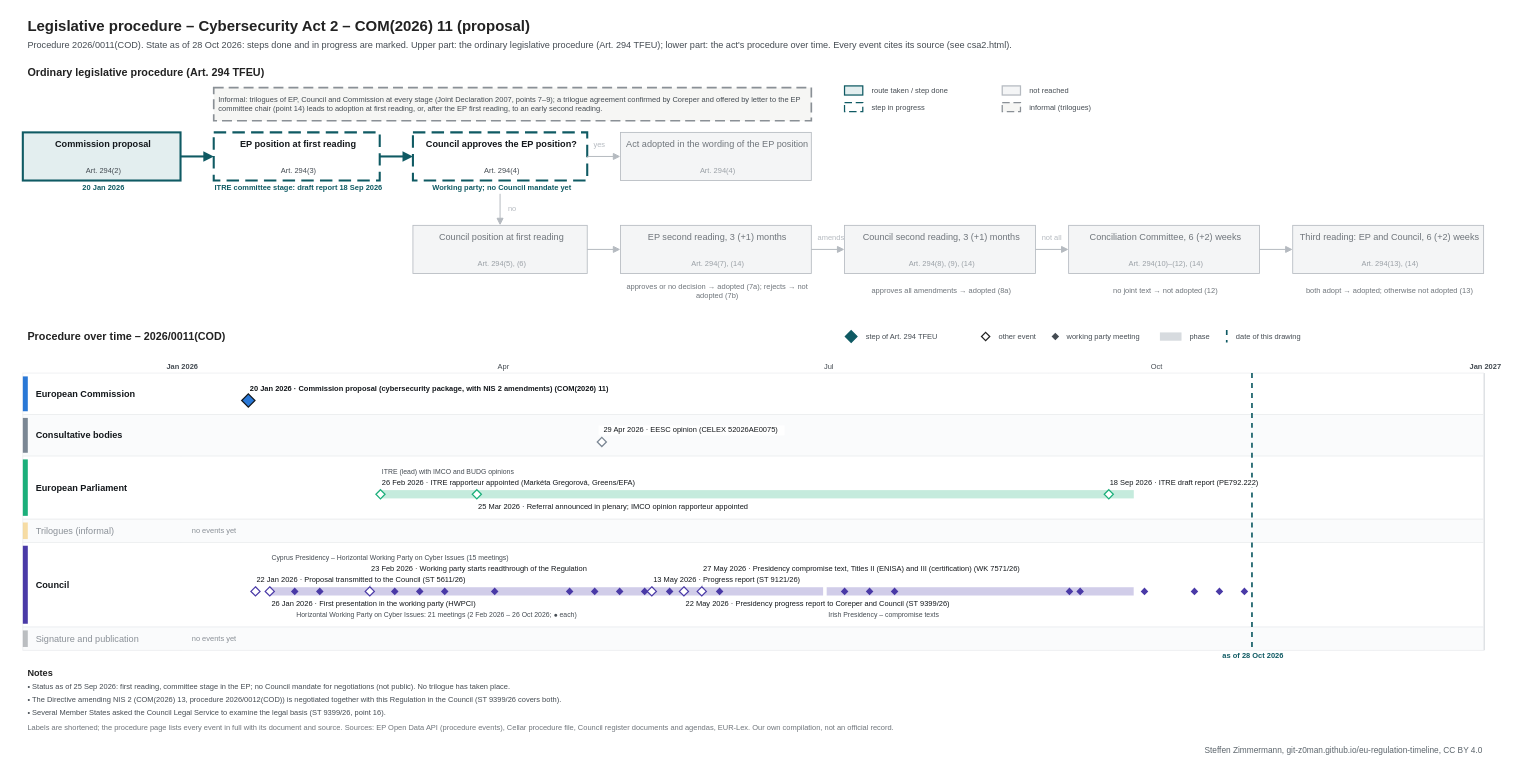
git-z0man/eu-regulation-timeline keeps this draw.io diagram as procedures/csa2.drawio. Above is the earlier version. Source tidied: cells renumbered, new cells numbered last; positions are measured from the earlier drawing's top-left corner, leaving out a move shared by most shapes. Both pictures are drawn from the tidied source at 83%, with x=0, y=0 at pixel (14, 14).
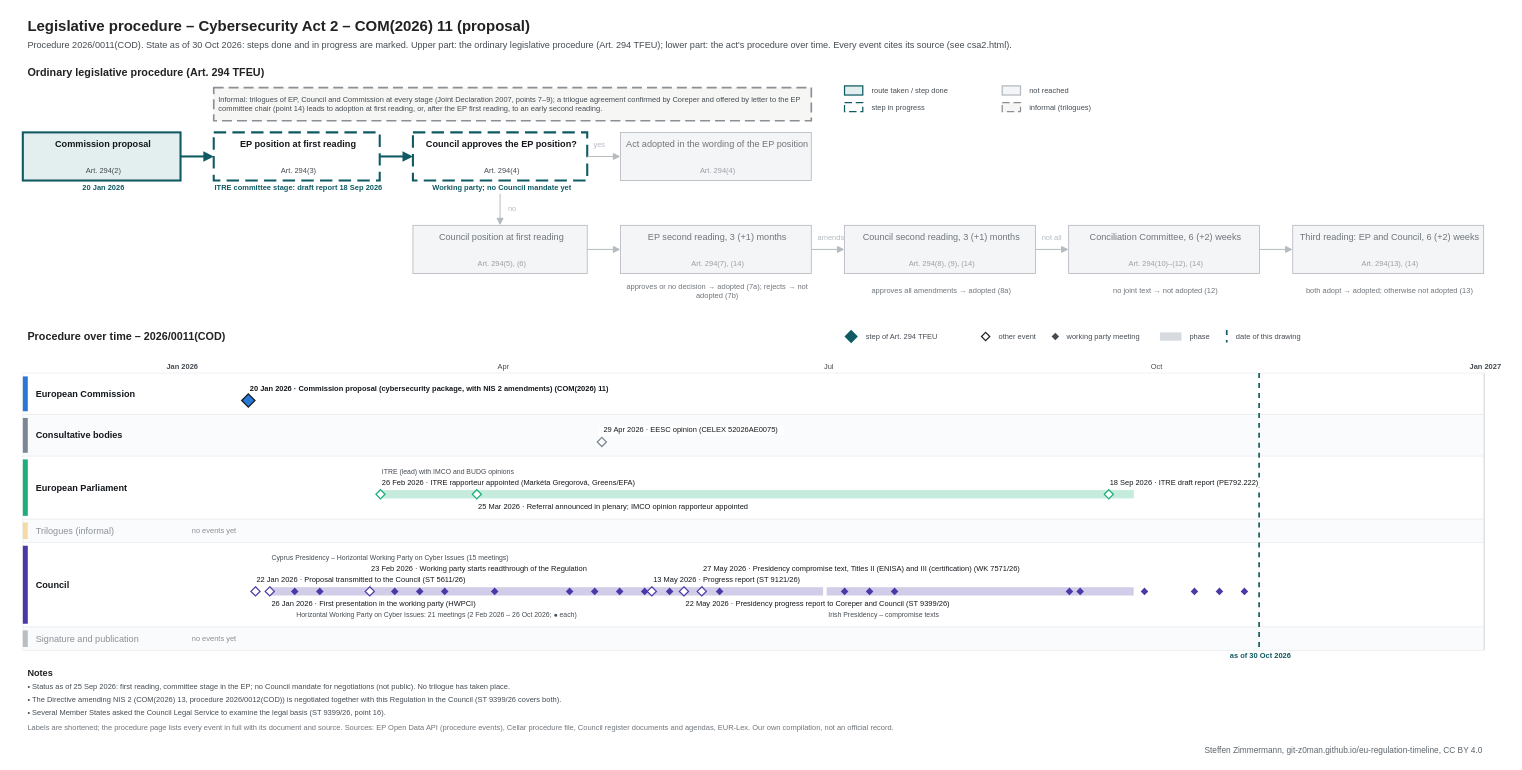
After the change.

Change to the diagram source:
```diff
@@
-    <mxCell id="3" value="Procedure 2026/0011(COD). State as of 28 Oct 2026: steps done and in progress are marked. Upper part: the ordinary legislative procedure (Art. 294 TFEU); lower part: the act's procedure over time. Every event cites its source (see csa2.html)." style="text;html=1;fontSize=11;fontColor=#454c53;align=left;verticalAlign=middle;spacingLeft=4;" parent="1" vertex="1">
+    <mxCell id="3" value="Procedure 2026/0011(COD). State as of 30 Oct 2026: steps done and in progress are marked. Upper part: the ordinary legislative procedure (Art. 294 TFEU); lower part: the act's procedure over time. Every event cites its source (see csa2.html)." style="text;html=1;fontSize=11;fontColor=#454c53;align=left;verticalAlign=middle;spacingLeft=4;" parent="1" vertex="1">
       <mxGeometry x="10" y="28" width="1700" height="18" as="geometry" />
     </mxCell>
@@
     <mxCell id="110" style="line;html=1;strokeWidth=2;strokeColor=#0f5a63;direction=south;dashed=1;" parent="1" vertex="1">
-      <mxGeometry x="1490.4" y="432" width="1" height="334" as="geometry" />
+      <mxGeometry x="1499" y="432" width="1" height="334" as="geometry" />
     </mxCell>
-    <mxCell id="111" value="as of 28 Oct 2026" style="text;html=1;fontSize=9;fontColor=#0f5a63;align=center;verticalAlign=middle;spacingLeft=4;fontStyle=1;" parent="1" vertex="1">
-      <mxGeometry x="1430.4" y="767" width="120" height="12" as="geometry" />
+    <mxCell id="111" value="as of 30 Oct 2026" style="text;html=1;fontSize=9;fontColor=#0f5a63;align=center;verticalAlign=middle;spacingLeft=4;fontStyle=1;" parent="1" vertex="1">
+      <mxGeometry x="1439" y="767" width="120" height="12" as="geometry" />
     </mxCell>
```
